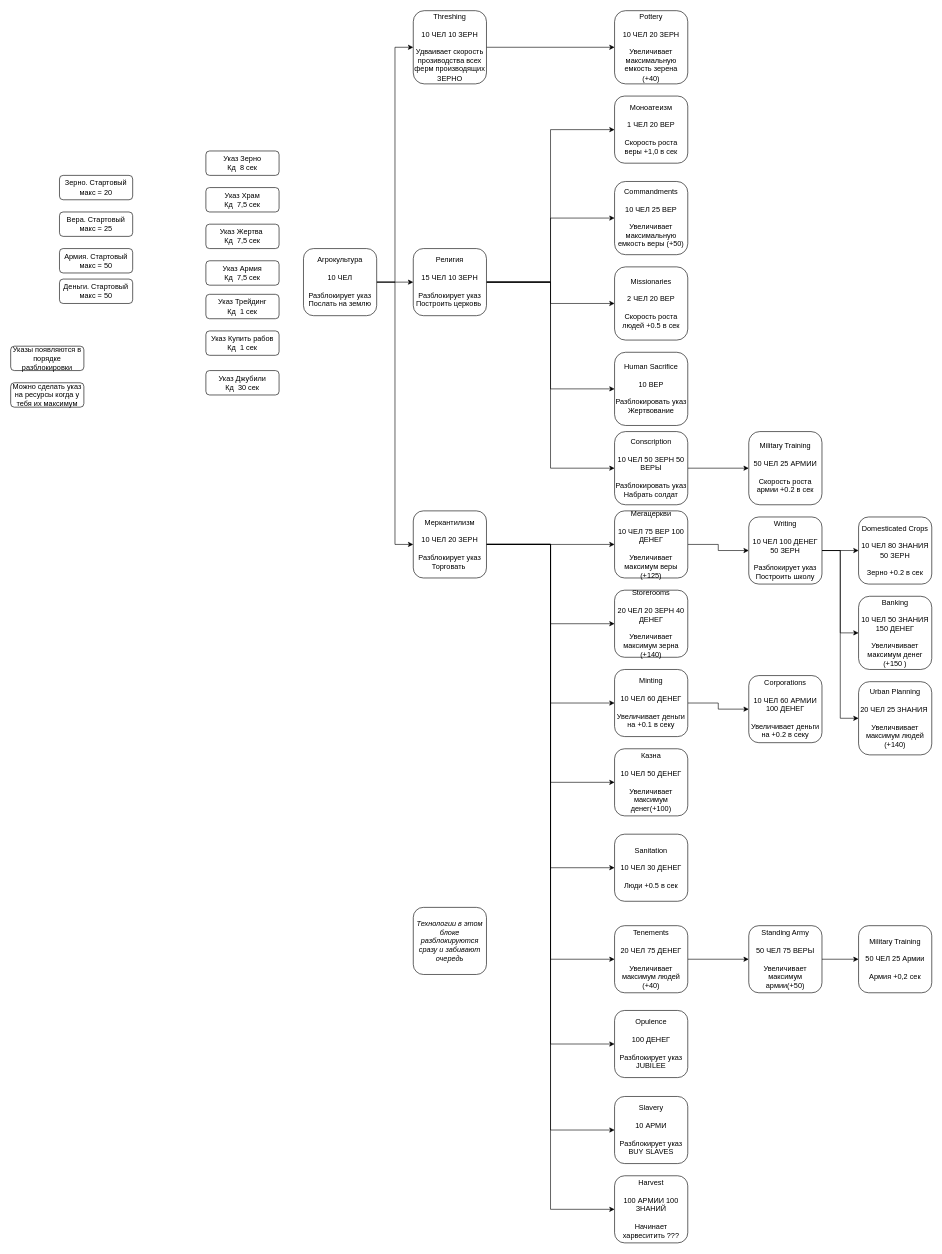
Earlier version of the draw.io diagram Untitled Diagram.drawio (42ama/open-drawio). Source tidied: cells renumbered, new cells numbered last; positions are measured from the earlier drawing's top-left corner, leaving out a move shared by most shapes. Both pictures are drawn from the tidied source at 61%, with x=0, y=0 at pixel (10, 10).
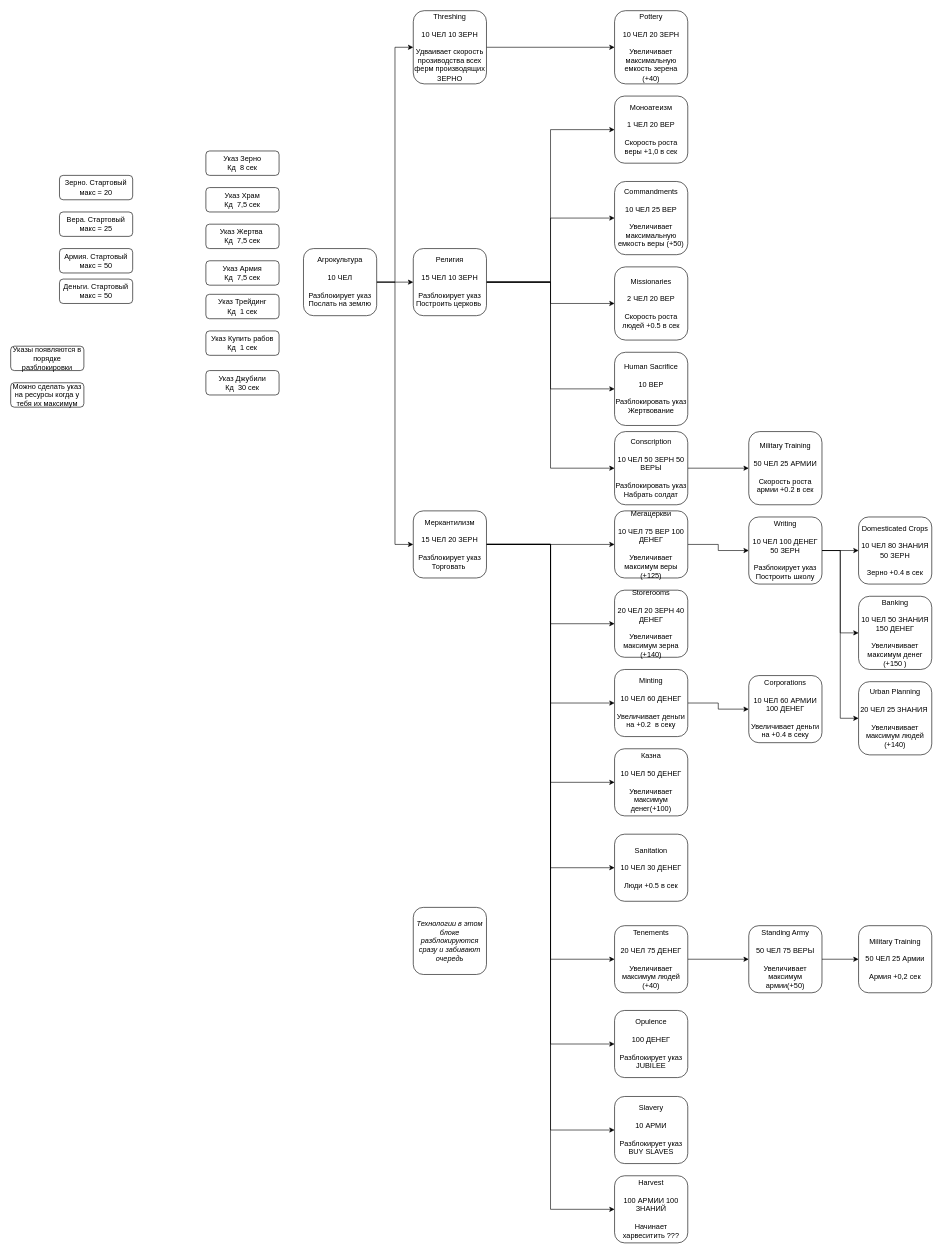
Above is the later version.

Diff of the diagram source:
```diff
@@
-    <mxCell id="23" value="Меркантилизм&lt;br&gt;&lt;br&gt;10 ЧЕЛ 20 ЗЕРН&lt;br&gt;&lt;br&gt;Разблокирует указ Торговать&amp;nbsp;" style="rounded=1;whiteSpace=wrap;html=1;" parent="1" vertex="1">
+    <mxCell id="23" value="Меркантилизм&lt;br&gt;&lt;br&gt;15 ЧЕЛ 20 ЗЕРН&lt;br&gt;&lt;br&gt;Разблокирует указ Торговать&amp;nbsp;" style="rounded=1;whiteSpace=wrap;html=1;" parent="1" vertex="1">
       <mxGeometry x="660" y="820" width="120" height="110" as="geometry" />
     </mxCell>
@@
-    <mxCell id="46" value="Minting&lt;br&gt;&lt;br&gt;10 ЧЕЛ 60 ДЕНЕГ&lt;br&gt;&lt;br&gt;Увеличивает деньги на +0.1 в секу" style="rounded=1;whiteSpace=wrap;html=1;" parent="1" vertex="1">
+    <mxCell id="46" value="Minting&lt;br&gt;&lt;br&gt;10 ЧЕЛ 60 ДЕНЕГ&lt;br&gt;&lt;br&gt;Увеличивает деньги на +0.2&amp;nbsp;&amp;nbsp;в секу" style="rounded=1;whiteSpace=wrap;html=1;" parent="1" vertex="1">
       <mxGeometry x="990" y="1080" width="120" height="110" as="geometry" />
     </mxCell>
@@
-    <mxCell id="58" value="Corporations&lt;br&gt;&lt;br&gt;10 ЧЕЛ 60 АРМИИ 100 ДЕНЕГ&lt;br&gt;&lt;br&gt;Увеличивает деньги на +0.2 в секу" style="rounded=1;whiteSpace=wrap;html=1;" parent="1" vertex="1">
+    <mxCell id="58" value="Corporations&lt;br&gt;&lt;br&gt;10 ЧЕЛ 60 АРМИИ 100 ДЕНЕГ&lt;br&gt;&lt;br&gt;Увеличивает деньги на +0.4&amp;nbsp;в секу" style="rounded=1;whiteSpace=wrap;html=1;" parent="1" vertex="1">
       <mxGeometry x="1210" y="1090" width="120" height="110" as="geometry" />
     </mxCell>
@@
-    <mxCell id="66" value="Domesticated Crops&lt;br&gt;&lt;br&gt;10 ЧЕЛ 80 ЗНАНИЯ 50 ЗЕРН&lt;br&gt;&lt;br&gt;Зерно +0.2 в сек" style="rounded=1;whiteSpace=wrap;html=1;" parent="1" vertex="1">
+    <mxCell id="66" value="Domesticated Crops&lt;br&gt;&lt;br&gt;10 ЧЕЛ 80 ЗНАНИЯ 50 ЗЕРН&lt;br&gt;&lt;br&gt;Зерно +0.4 в сек" style="rounded=1;whiteSpace=wrap;html=1;" parent="1" vertex="1">
       <mxGeometry x="1390" y="830" width="120" height="110" as="geometry" />
     </mxCell>
```
